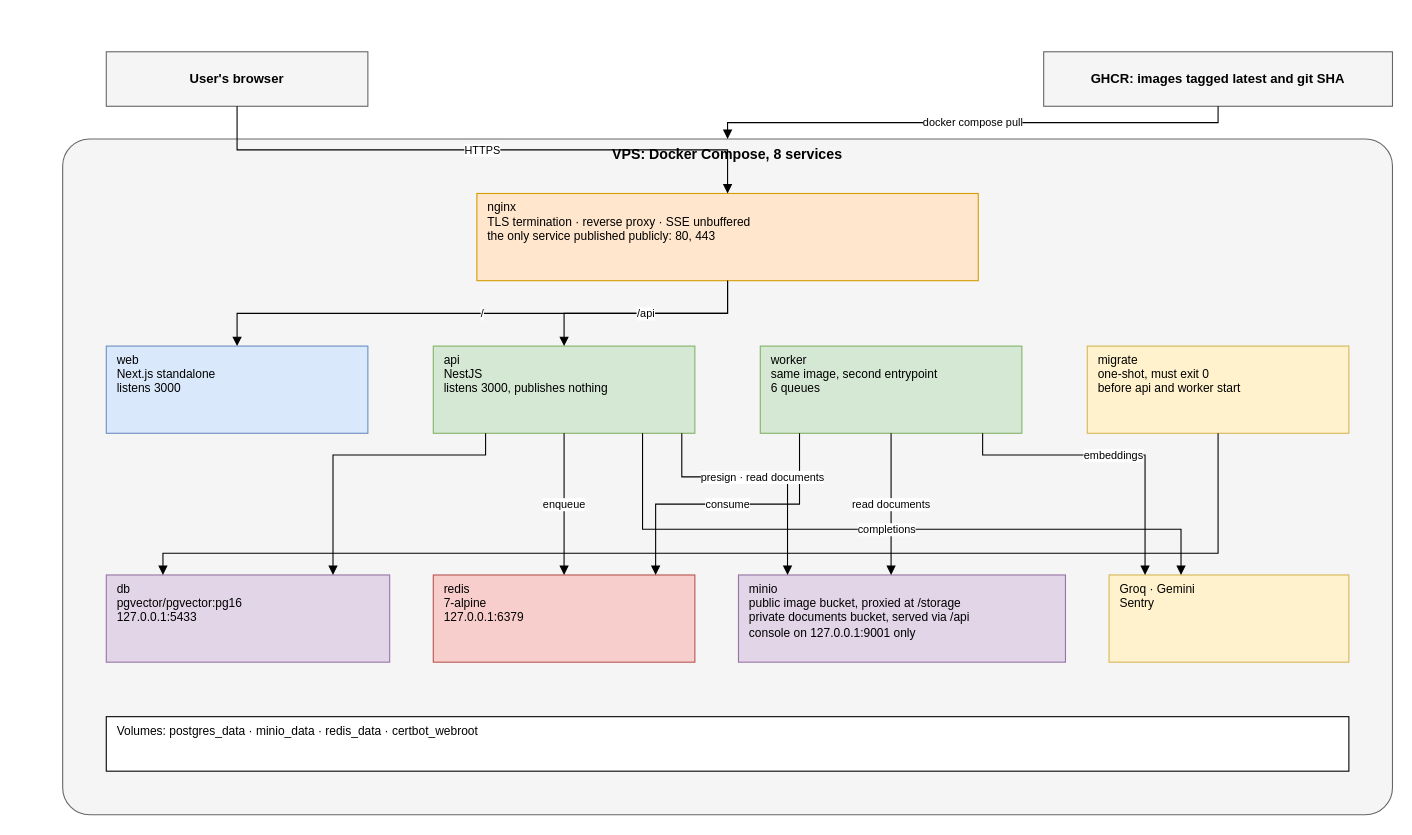
The draw.io diagram diagrams/fig-3-3-architecture-physical/fig-3-3-architecture-physical.drawio in inkwell-dev/spec.inkwell.ai, before the edit. Source tidied: cells renumbered, new cells numbered last; positions are measured from the earlier drawing's top-left corner, leaving out a move shared by most shapes. Both pictures are drawn from the tidied source at 109%, with x=0, y=0 at pixel (62, 51).
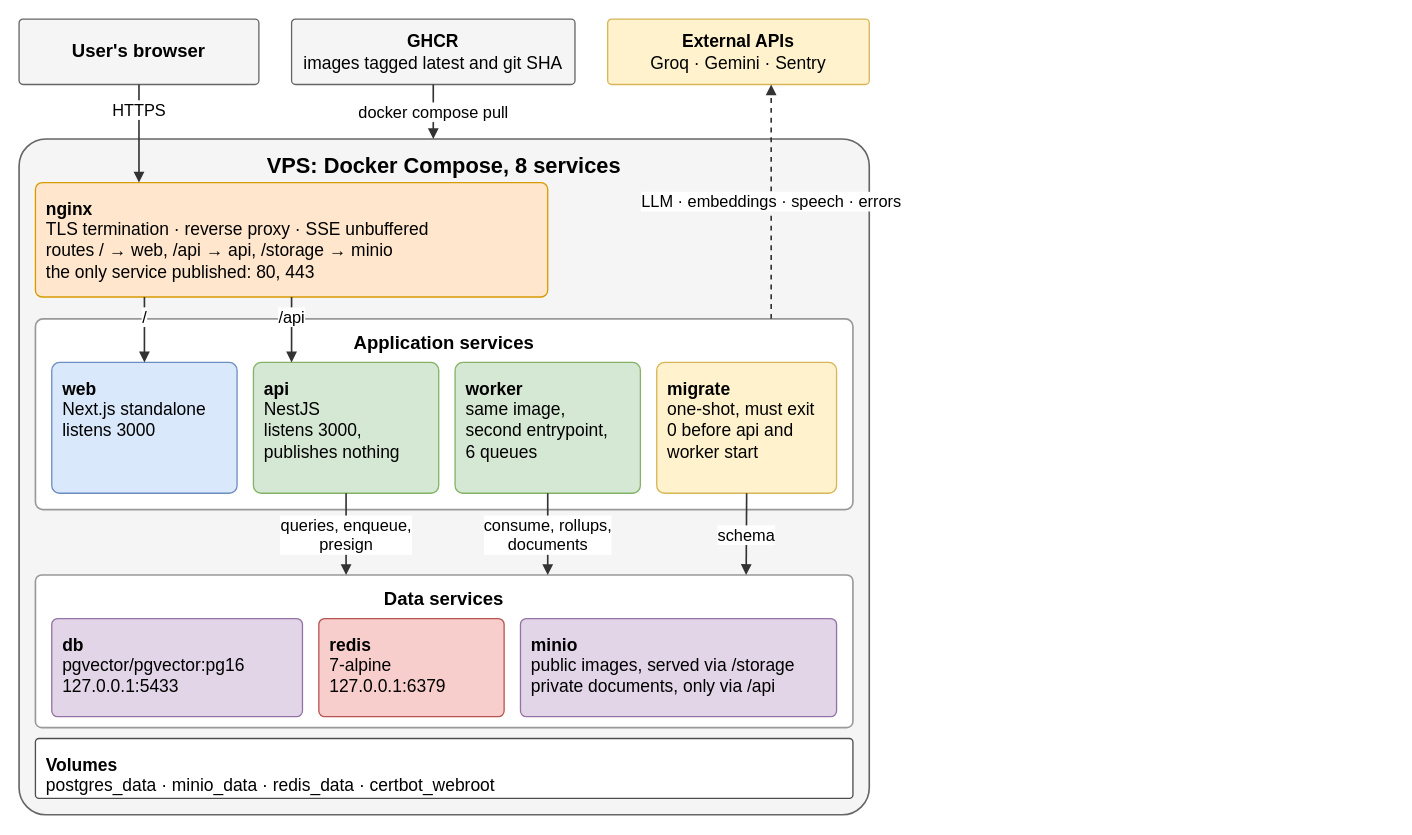
After the change.

Diff of the diagram source:
```diff
@@
-    <mxCell id="2" value="User's browser" style="rounded=0;whiteSpace=wrap;html=1;fontStyle=1;fontSize=12;fillColor=#F5F5F5;strokeColor=#666666;" parent="1" vertex="1">
-      <mxGeometry x="40" width="240" height="50" as="geometry" />
+    <mxCell id="2" value="&lt;b&gt;User&amp;#x27;s browser&lt;/b&gt;" style="rounded=1;arcSize=6;whiteSpace=wrap;html=1;align=center;verticalAlign=middle;spacing=10;fillColor=#f5f5f5;strokeColor=#666666;strokeWidth=1.2;fontSize=17;fontFamily=Helvetica;" parent="1" vertex="1">
+      <mxGeometry x="-40" y="-30" width="220" height="60" as="geometry" />
     </mxCell>
-    <mxCell id="3" value="GHCR: images tagged latest and git SHA" style="rounded=0;whiteSpace=wrap;html=1;fontStyle=1;fontSize=12;fillColor=#F5F5F5;strokeColor=#666666;" parent="1" vertex="1">
-      <mxGeometry x="900" width="320" height="50" as="geometry" />
-    </mxCell>
+    <mxCell id="27" value="&lt;b&gt;GHCR&lt;/b&gt;&lt;br&gt;images tagged latest and git SHA" style="rounded=1;arcSize=6;whiteSpace=wrap;html=1;align=center;verticalAlign=middle;spacing=10;fillColor=#f5f5f5;strokeColor=#666666;strokeWidth=1.2;fontSize=16;fontFamily=Helvetica;" parent="1" vertex="1">
+      <mxGeometry x="210" y="-30" width="260" height="60" as="geometry" />
+    </mxCell>
+    <mxCell id="28" value="&lt;b&gt;External APIs&lt;/b&gt;&lt;br&gt;Groq · Gemini · Sentry" style="rounded=1;arcSize=6;whiteSpace=wrap;html=1;align=center;verticalAlign=middle;spacing=10;fillColor=#fff2cc;strokeColor=#d6b656;strokeWidth=1.2;fontSize=16;fontFamily=Helvetica;" parent="1" vertex="1">
+      <mxGeometry x="500" y="-30" width="240" height="60" as="geometry" />
+    </mxCell>
-    <mxCell id="4" value="VPS: Docker Compose, 8 services" style="rounded=1;whiteSpace=wrap;html=1;verticalAlign=top;fontStyle=1;fontSize=13;arcSize=4;fillColor=#F5F5F5;strokeColor=#666666;" parent="1" vertex="1">
-      <mxGeometry y="80" width="1220" height="620" as="geometry" />
+    <mxCell id="4" value="VPS: Docker Compose, 8 services" style="rounded=1;arcSize=4;whiteSpace=wrap;html=1;verticalAlign=top;align=center;fillColor=#f5f5f5;strokeColor=#666666;strokeWidth=1.5;fontStyle=1;fontSize=20;spacingTop=6;fontFamily=Helvetica;" parent="1" vertex="1">
+      <mxGeometry x="-40" y="80" width="780" height="620" as="geometry" />
     </mxCell>
-    <mxCell id="5" value="nginx&lt;br&gt;TLS termination · reverse proxy · SSE unbuffered&lt;br&gt;the only service published publicly: 80, 443" style="rounded=0;whiteSpace=wrap;html=1;verticalAlign=top;align=left;spacingLeft=8;fontSize=11;fillColor=#FFE6CC;strokeColor=#D79B00;" parent="1" vertex="1">
-      <mxGeometry x="380" y="130" width="460" height="80" as="geometry" />
-    </mxCell>
+    <mxCell id="29" value="&lt;b&gt;nginx&lt;/b&gt;&lt;br&gt;TLS termination · reverse proxy · SSE unbuffered&lt;br&gt;routes / → web, /api → api, /storage → minio&lt;br&gt;the only service published: 80, 443" style="rounded=1;arcSize=6;whiteSpace=wrap;html=1;align=left;verticalAlign=top;spacing=10;fillColor=#ffe6cc;strokeColor=#d79b00;strokeWidth=1.2;fontSize=16;fontFamily=Helvetica;" parent="1" vertex="1">
+      <mxGeometry x="-25" y="120" width="470" height="105" as="geometry" />
+    </mxCell>
+    <mxCell id="30" value="Application services" style="rounded=1;arcSize=4;whiteSpace=wrap;html=1;verticalAlign=top;align=center;fillColor=#ffffff;strokeColor=#999999;strokeWidth=1.5;fontStyle=1;fontSize=17;spacingTop=6;fontFamily=Helvetica;" parent="1" vertex="1">
+      <mxGeometry x="-25" y="245" width="750" height="175" as="geometry" />
+    </mxCell>
-    <mxCell id="6" value="web&lt;br&gt;Next.js standalone&lt;br&gt;listens 3000" style="rounded=0;whiteSpace=wrap;html=1;verticalAlign=top;align=left;spacingLeft=8;fontSize=11;fillColor=#DAE8FC;strokeColor=#6C8EBF;" parent="1" vertex="1">
-      <mxGeometry x="40" y="270" width="240" height="80" as="geometry" />
+    <mxCell id="6" value="&lt;b&gt;web&lt;/b&gt;&lt;br&gt;Next.js standalone&lt;br&gt;listens 3000" style="rounded=1;arcSize=6;whiteSpace=wrap;html=1;align=left;verticalAlign=top;spacing=10;fillColor=#dae8fc;strokeColor=#6c8ebf;strokeWidth=1.2;fontSize=16;fontFamily=Helvetica;" parent="1" vertex="1">
+      <mxGeometry x="-10" y="285" width="170" height="120" as="geometry" />
     </mxCell>
-    <mxCell id="7" value="api&lt;br&gt;NestJS&lt;br&gt;listens 3000, publishes nothing" style="rounded=0;whiteSpace=wrap;html=1;verticalAlign=top;align=left;spacingLeft=8;fontSize=11;fillColor=#D5E8D4;strokeColor=#82B366;" parent="1" vertex="1">
-      <mxGeometry x="340" y="270" width="240" height="80" as="geometry" />
+    <mxCell id="7" value="&lt;b&gt;api&lt;/b&gt;&lt;br&gt;NestJS&lt;br&gt;listens 3000,&lt;br&gt;publishes nothing" style="rounded=1;arcSize=6;whiteSpace=wrap;html=1;align=left;verticalAlign=top;spacing=10;fillColor=#d5e8d4;strokeColor=#82b366;strokeWidth=1.2;fontSize=16;fontFamily=Helvetica;" parent="1" vertex="1">
+      <mxGeometry x="175" y="285" width="170" height="120" as="geometry" />
     </mxCell>
-    <mxCell id="8" value="worker&lt;br&gt;same image, second entrypoint&lt;br&gt;6 queues" style="rounded=0;whiteSpace=wrap;html=1;verticalAlign=top;align=left;spacingLeft=8;fontSize=11;fillColor=#D5E8D4;strokeColor=#82B366;" parent="1" vertex="1">
-      <mxGeometry x="640" y="270" width="240" height="80" as="geometry" />
-    </mxCell>
+    <mxCell id="31" value="&lt;b&gt;worker&lt;/b&gt;&lt;br&gt;same image,&lt;br&gt;second entrypoint,&lt;br&gt;6 queues" style="rounded=1;arcSize=6;whiteSpace=wrap;html=1;align=left;verticalAlign=top;spacing=10;fillColor=#d5e8d4;strokeColor=#82b366;strokeWidth=1.2;fontSize=16;fontFamily=Helvetica;" parent="1" vertex="1">
+      <mxGeometry x="360" y="285" width="170" height="120" as="geometry" />
+    </mxCell>
-    <mxCell id="9" value="migrate&lt;br&gt;one-shot, must exit 0&lt;br&gt;before api and worker start" style="rounded=0;whiteSpace=wrap;html=1;verticalAlign=top;align=left;spacingLeft=8;fontSize=11;fillColor=#FFF2CC;strokeColor=#D6B656;" parent="1" vertex="1">
-      <mxGeometry x="940" y="270" width="240" height="80" as="geometry" />
+    <mxCell id="9" value="&lt;b&gt;migrate&lt;/b&gt;&lt;br&gt;one-shot, must exit&lt;br&gt;0 before api and&lt;br&gt;worker start" style="rounded=1;arcSize=6;whiteSpace=wrap;html=1;align=left;verticalAlign=top;spacing=10;fillColor=#fff2cc;strokeColor=#d6b656;strokeWidth=1.2;fontSize=16;fontFamily=Helvetica;" parent="1" vertex="1">
+      <mxGeometry x="545" y="285" width="165" height="120" as="geometry" />
     </mxCell>
+    <mxCell id="32" value="Data services" style="rounded=1;arcSize=4;whiteSpace=wrap;html=1;verticalAlign=top;align=center;fillColor=#ffffff;strokeColor=#999999;strokeWidth=1.5;fontStyle=1;fontSize=17;spacingTop=6;fontFamily=Helvetica;" parent="1" vertex="1">
+      <mxGeometry x="-25" y="480" width="750" height="140" as="geometry" />
+    </mxCell>
-    <mxCell id="10" value="db&lt;br&gt;pgvector/pgvector:pg16&lt;br&gt;127.0.0.1:5433" style="rounded=0;whiteSpace=wrap;html=1;verticalAlign=top;align=left;spacingLeft=8;fontSize=11;fillColor=#E1D5E7;strokeColor=#9673A6;" parent="1" vertex="1">
-      <mxGeometry x="40" y="480" width="260" height="80" as="geometry" />
+    <mxCell id="10" value="&lt;b&gt;db&lt;/b&gt;&lt;br&gt;pgvector/pgvector:pg16&lt;br&gt;127.0.0.1:5433" style="rounded=1;arcSize=6;whiteSpace=wrap;html=1;align=left;verticalAlign=top;spacing=10;fillColor=#e1d5e7;strokeColor=#9673a6;strokeWidth=1.2;fontSize=16;fontFamily=Helvetica;" parent="1" vertex="1">
+      <mxGeometry x="-10" y="520" width="230" height="90" as="geometry" />
     </mxCell>
-    <mxCell id="11" value="redis&lt;br&gt;7-alpine&lt;br&gt;127.0.0.1:6379" style="rounded=0;whiteSpace=wrap;html=1;verticalAlign=top;align=left;spacingLeft=8;fontSize=11;fillColor=#F8CECC;strokeColor=#B85450;" parent="1" vertex="1">
-      <mxGeometry x="340" y="480" width="240" height="80" as="geometry" />
+    <mxCell id="11" value="&lt;b&gt;redis&lt;/b&gt;&lt;br&gt;7-alpine&lt;br&gt;127.0.0.1:6379" style="rounded=1;arcSize=6;whiteSpace=wrap;html=1;align=left;verticalAlign=top;spacing=10;fillColor=#f8cecc;strokeColor=#b85450;strokeWidth=1.2;fontSize=16;fontFamily=Helvetica;" parent="1" vertex="1">
+      <mxGeometry x="235" y="520" width="170" height="90" as="geometry" />
     </mxCell>
-    <mxCell id="12" value="minio&lt;br&gt;public image bucket, proxied at /storage&lt;br&gt;private documents bucket, served via /api&lt;br&gt;console on 127.0.0.1:9001 only" style="rounded=0;whiteSpace=wrap;html=1;verticalAlign=top;align=left;spacingLeft=8;fontSize=11;fillColor=#E1D5E7;strokeColor=#9673A6;" parent="1" vertex="1">
-      <mxGeometry x="620" y="480" width="300" height="80" as="geometry" />
-    </mxCell>
-    <mxCell id="13" value="Groq · Gemini&lt;br&gt;Sentry" style="rounded=0;whiteSpace=wrap;html=1;verticalAlign=top;align=left;spacingLeft=8;fontSize=11;fillColor=#FFF2CC;strokeColor=#D6B656;" parent="1" vertex="1">
-      <mxGeometry x="960" y="480" width="220" height="80" as="geometry" />
-    </mxCell>
-    <mxCell id="14" value="Volumes: postgres_data · minio_data · redis_data · certbot_webroot" style="rounded=0;whiteSpace=wrap;html=1;verticalAlign=top;align=left;spacingLeft=8;fontSize=11;fillColor=#FFFFFF;strokeColor=#000000;" parent="1" vertex="1">
-      <mxGeometry x="40" y="610" width="1140" height="50" as="geometry" />
-    </mxCell>
+    <mxCell id="33" value="&lt;b&gt;minio&lt;/b&gt;&lt;br&gt;public images, served via /storage&lt;br&gt;private documents, only via /api" style="rounded=1;arcSize=6;whiteSpace=wrap;html=1;align=left;verticalAlign=top;spacing=10;fillColor=#e1d5e7;strokeColor=#9673a6;strokeWidth=1.2;fontSize=16;fontFamily=Helvetica;" parent="1" vertex="1">
+      <mxGeometry x="420" y="520" width="290" height="90" as="geometry" />
+    </mxCell>
+    <mxCell id="34" value="&lt;b&gt;Volumes&lt;/b&gt;&lt;br&gt;postgres_data · minio_data · redis_data · certbot_webroot" style="rounded=1;arcSize=6;whiteSpace=wrap;html=1;align=left;verticalAlign=top;spacing=10;fillColor=#ffffff;strokeColor=#4d4d4d;strokeWidth=1.2;fontSize=16;fontFamily=Helvetica;" parent="1" vertex="1">
+      <mxGeometry x="-25" y="630" width="750" height="55" as="geometry" />
+    </mxCell>
-    <mxCell id="15" value="HTTPS" style="edgeStyle=orthogonalEdgeStyle;rounded=0;html=1;endArrow=block;endFill=1;fontSize=10;labelBackgroundColor=#FFFFFF;exitX=0.5;exitY=1;exitDx=0;exitDy=0;entryX=0.5;entryY=0;entryDx=0;entryDy=0;" parent="1" edge="1" source="2" target="5">
-      <mxGeometry relative="1" as="geometry" />
+    <mxCell id="15" value="HTTPS" style="edgeStyle=orthogonalEdgeStyle;rounded=0;html=1;endArrow=block;endFill=1;strokeWidth=1.5;strokeColor=#333333;jumpStyle=arc;jumpSize=10;fontSize=15;labelBackgroundColor=#ffffff;fontFamily=Helvetica;exitX=0.5;exitY=1;exitDx=0;exitDy=0;entryX=0.20212765957446807;entryY=0;entryDx=0;entryDy=0;" parent="1" edge="1" source="2" target="29">
+      <mxGeometry x="-0.5" relative="1" as="geometry" />
     </mxCell>
+    <mxCell id="23" value="docker compose pull" style="edgeStyle=orthogonalEdgeStyle;rounded=0;html=1;endArrow=block;endFill=1;strokeWidth=1.5;strokeColor=#333333;jumpStyle=arc;jumpSize=10;fontSize=15;labelBackgroundColor=#ffffff;fontFamily=Helvetica;exitX=0.5;exitY=1;exitDx=0;exitDy=0;entryX=0.48717948717948717;entryY=0;entryDx=0;entryDy=0;" parent="1" edge="1" source="27" target="4">
+      <mxGeometry relative="1" as="geometry" />
+    </mxCell>
+    <mxCell id="35" value="LLM · embeddings · speech · errors" style="edgeStyle=orthogonalEdgeStyle;rounded=0;html=1;endArrow=block;endFill=1;strokeWidth=1.5;strokeColor=#333333;jumpStyle=arc;jumpSize=10;fontSize=15;labelBackgroundColor=#ffffff;fontFamily=Helvetica;exitX=0.9;exitY=0;exitDx=0;exitDy=0;entryX=0.625;entryY=1;entryDx=0;entryDy=0;dashed=1;" parent="1" edge="1" source="30" target="28">
+      <mxGeometry relative="1" as="geometry" />
+    </mxCell>
-    <mxCell id="16" value="/" style="edgeStyle=orthogonalEdgeStyle;rounded=0;html=1;endArrow=block;endFill=1;fontSize=10;labelBackgroundColor=#FFFFFF;exitX=0.5;exitY=1;exitDx=0;exitDy=0;entryX=0.5;entryY=0;entryDx=0;entryDy=0;" parent="1" edge="1" source="5" target="6">
-      <mxGeometry relative="1" as="geometry" />
+    <mxCell id="16" value="/" style="edgeStyle=orthogonalEdgeStyle;rounded=0;html=1;endArrow=block;endFill=1;strokeWidth=1.5;strokeColor=#333333;jumpStyle=arc;jumpSize=10;fontSize=15;labelBackgroundColor=#ffffff;fontFamily=Helvetica;exitX=0.2127659574468085;exitY=1;exitDx=0;exitDy=0;entryX=0.5;entryY=0;entryDx=0;entryDy=0;" parent="1" edge="1" source="29" target="6">
+      <mxGeometry x="-0.4" relative="1" as="geometry" />
     </mxCell>
-    <mxCell id="17" value="/api" style="edgeStyle=orthogonalEdgeStyle;rounded=0;html=1;endArrow=block;endFill=1;fontSize=10;labelBackgroundColor=#FFFFFF;exitX=0.5;exitY=1;exitDx=0;exitDy=0;entryX=0.5;entryY=0;entryDx=0;entryDy=0;" parent="1" edge="1" source="5" target="7">
-      <mxGeometry relative="1" as="geometry" />
+    <mxCell id="17" value="/api" style="edgeStyle=orthogonalEdgeStyle;rounded=0;html=1;endArrow=block;endFill=1;strokeWidth=1.5;strokeColor=#333333;jumpStyle=arc;jumpSize=10;fontSize=15;labelBackgroundColor=#ffffff;fontFamily=Helvetica;exitX=0.5;exitY=1;exitDx=0;exitDy=0;entryX=0.20588235294117646;entryY=0;entryDx=0;entryDy=0;" parent="1" edge="1" source="29" target="7">
+      <mxGeometry x="-0.4" relative="1" as="geometry" />
     </mxCell>
-    <mxCell id="18" style="edgeStyle=orthogonalEdgeStyle;rounded=0;html=1;endArrow=block;endFill=1;fontSize=10;labelBackgroundColor=#FFFFFF;exitX=0.2;exitY=1;exitDx=0;exitDy=0;entryX=0.8;entryY=0;entryDx=0;entryDy=0;" parent="1" edge="1" source="7" target="10">
-      <mxGeometry relative="1" as="geometry">
-        <Array as="points">
-          <mxPoint x="388" y="370" />
-          <mxPoint x="248" y="370" />
-        </Array>
-      </mxGeometry>
-    </mxCell>
-    <mxCell id="19" value="enqueue" style="edgeStyle=orthogonalEdgeStyle;rounded=0;html=1;endArrow=block;endFill=1;fontSize=10;labelBackgroundColor=#FFFFFF;exitX=0.5;exitY=1;exitDx=0;exitDy=0;entryX=0.5;entryY=0;entryDx=0;entryDy=0;" parent="1" edge="1" source="7" target="11">
-      <mxGeometry relative="1" as="geometry" />
-    </mxCell>
-    <mxCell id="20" value="consume" style="edgeStyle=orthogonalEdgeStyle;rounded=0;html=1;endArrow=block;endFill=1;fontSize=10;labelBackgroundColor=#FFFFFF;exitX=0.15;exitY=1;exitDx=0;exitDy=0;entryX=0.85;entryY=0;entryDx=0;entryDy=0;" parent="1" edge="1" source="8" target="11">
-      <mxGeometry relative="1" as="geometry">
-        <Array as="points">
-          <mxPoint x="676" y="415" />
-          <mxPoint x="544" y="415" />
-        </Array>
-      </mxGeometry>
-    </mxCell>
-    <mxCell id="21" value="embeddings" style="edgeStyle=orthogonalEdgeStyle;rounded=0;html=1;endArrow=block;endFill=1;fontSize=10;labelBackgroundColor=#FFFFFF;exitX=0.85;exitY=1;exitDx=0;exitDy=0;entryX=0.15;entryY=0;entryDx=0;entryDy=0;" parent="1" edge="1" source="8" target="13">
-      <mxGeometry relative="1" as="geometry">
-        <Array as="points">
-          <mxPoint x="844" y="370" />
-          <mxPoint x="993" y="370" />
-        </Array>
-      </mxGeometry>
-    </mxCell>
-    <mxCell id="22" style="edgeStyle=orthogonalEdgeStyle;rounded=0;html=1;endArrow=block;endFill=1;fontSize=10;labelBackgroundColor=#FFFFFF;exitX=0.5;exitY=1;exitDx=0;exitDy=0;entryX=0.2;entryY=0;entryDx=0;entryDy=0;" parent="1" edge="1" source="9" target="10">
-      <mxGeometry relative="1" as="geometry">
-        <Array as="points">
-          <mxPoint x="1060" y="460" />
-          <mxPoint x="92" y="460" />
-        </Array>
-      </mxGeometry>
-    </mxCell>
-    <mxCell id="23" value="docker compose pull" style="edgeStyle=orthogonalEdgeStyle;rounded=0;html=1;endArrow=block;endFill=1;fontSize=10;labelBackgroundColor=#FFFFFF;exitX=0.5;exitY=1;exitDx=0;exitDy=0;entryX=0.5;entryY=0;entryDx=0;entryDy=0;" parent="1" edge="1" source="3" target="4">
-      <mxGeometry relative="1" as="geometry" />
-    </mxCell>
-    <mxCell id="24" value="presign · read documents" style="edgeStyle=orthogonalEdgeStyle;rounded=0;html=1;endArrow=block;endFill=1;fontSize=10;labelBackgroundColor=#FFFFFF;exitX=0.95;exitY=1;exitDx=0;exitDy=0;entryX=0.15;entryY=0;entryDx=0;entryDy=0;" parent="1" edge="1" source="7" target="12">
-      <mxGeometry relative="1" as="geometry">
-        <Array as="points">
-          <mxPoint x="568" y="390" />
-          <mxPoint x="665" y="390" />
-        </Array>
-      </mxGeometry>
-    </mxCell>
-    <mxCell id="25" value="read documents" style="edgeStyle=orthogonalEdgeStyle;rounded=0;html=1;endArrow=block;endFill=1;fontSize=10;labelBackgroundColor=#FFFFFF;exitX=0.5;exitY=1;exitDx=0;exitDy=0;entryX=0.4667;entryY=0;entryDx=0;entryDy=0;" parent="1" edge="1" source="8" target="12">
-      <mxGeometry relative="1" as="geometry" />
-    </mxCell>
-    <mxCell id="26" value="completions" style="edgeStyle=orthogonalEdgeStyle;rounded=0;html=1;endArrow=block;endFill=1;fontSize=10;labelBackgroundColor=#FFFFFF;exitX=0.8;exitY=1;exitDx=0;exitDy=0;entryX=0.3;entryY=0;entryDx=0;entryDy=0;" parent="1" edge="1" source="7" target="13">
-      <mxGeometry relative="1" as="geometry">
-        <Array as="points">
-          <mxPoint x="532" y="438" />
-          <mxPoint x="1026" y="438" />
-        </Array>
-      </mxGeometry>
-    </mxCell>
+    <mxCell id="36" value="queries, enqueue,&lt;br&gt;presign" style="edgeStyle=orthogonalEdgeStyle;rounded=0;html=1;endArrow=block;endFill=1;strokeWidth=1.5;strokeColor=#333333;jumpStyle=arc;jumpSize=10;fontSize=15;labelBackgroundColor=#ffffff;fontFamily=Helvetica;exitX=0.5;exitY=1;exitDx=0;exitDy=0;entryX=0.38;entryY=0;entryDx=0;entryDy=0;" parent="1" edge="1" source="7" target="32">
+      <mxGeometry relative="1" as="geometry" />
+    </mxCell>
+    <mxCell id="37" value="consume, rollups,&lt;br&gt;documents" style="edgeStyle=orthogonalEdgeStyle;rounded=0;html=1;endArrow=block;endFill=1;strokeWidth=1.5;strokeColor=#333333;jumpStyle=arc;jumpSize=10;fontSize=15;labelBackgroundColor=#ffffff;fontFamily=Helvetica;exitX=0.5;exitY=1;exitDx=0;exitDy=0;entryX=0.6266666666666667;entryY=0;entryDx=0;entryDy=0;" parent="1" edge="1" source="31" target="32">
+      <mxGeometry relative="1" as="geometry" />
+    </mxCell>
+    <mxCell id="38" value="schema" style="edgeStyle=orthogonalEdgeStyle;rounded=0;html=1;endArrow=block;endFill=1;strokeWidth=1.5;strokeColor=#333333;jumpStyle=arc;jumpSize=10;fontSize=15;labelBackgroundColor=#ffffff;fontFamily=Helvetica;exitX=0.5;exitY=1;exitDx=0;exitDy=0;entryX=0.8693333333333333;entryY=0;entryDx=0;entryDy=0;" parent="1" edge="1" source="9" target="32">
+      <mxGeometry relative="1" as="geometry" />
+    </mxCell>
```
